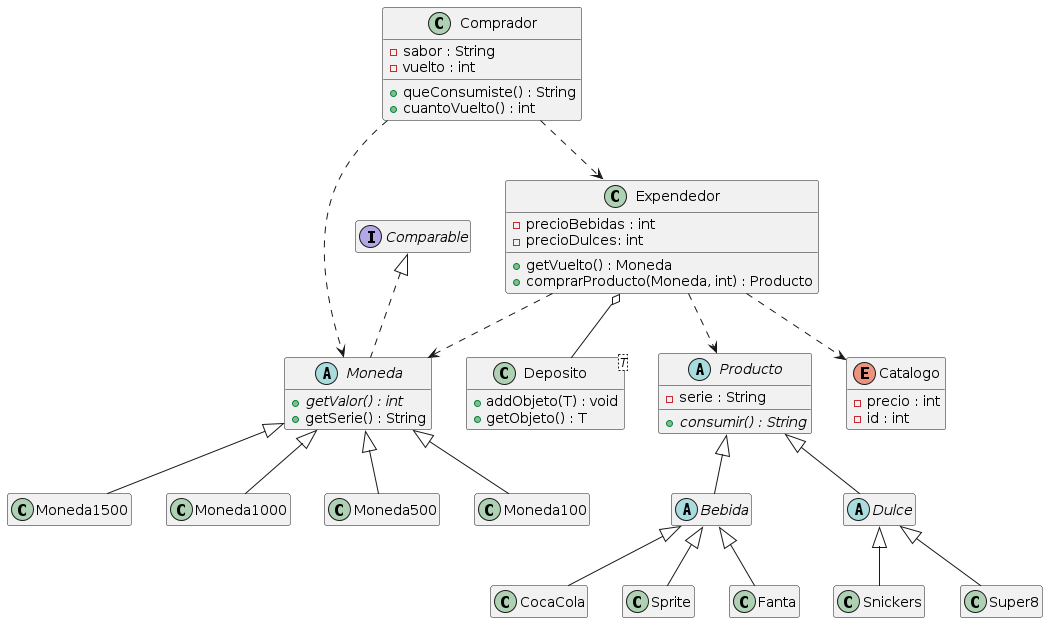
Above: UML_Imagen.png in molivas2022/Tarea3 (PlantUML), before the change.
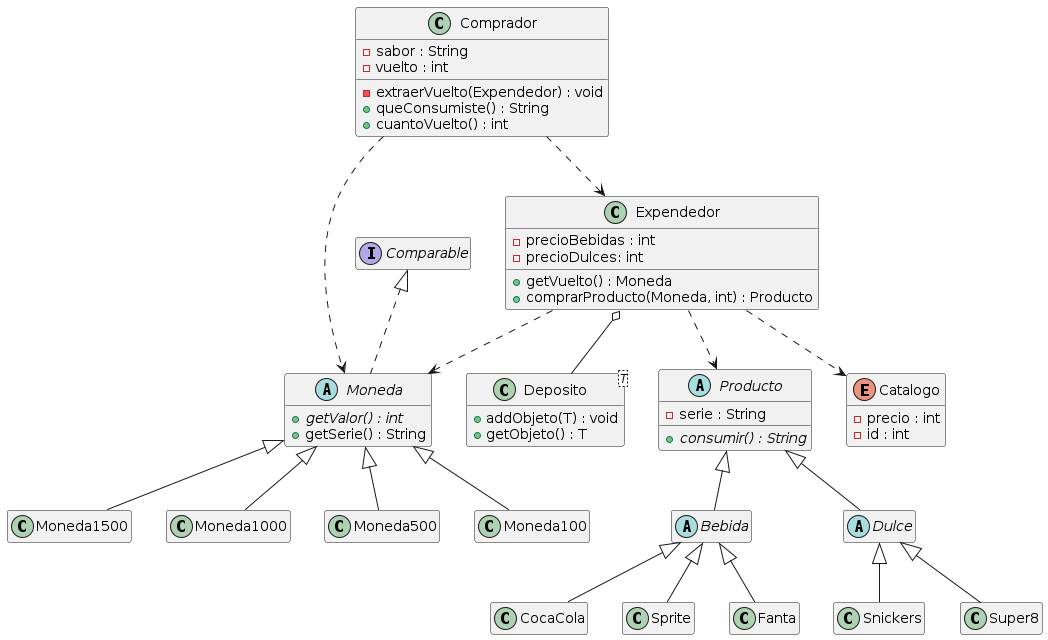
The same diagram one commit later.

Commit message:
Add: Nuevo método en Comprador añadido a UML.

What changed in the source:
```diff
@@ -5,6 +5,7 @@
 class Comprador {
   {field} - sabor : String
   {field} - vuelto : int
+  {method} - extraerVuelto(Expendedor) : void
   {method} + queConsumiste() : String
   {method} + cuantoVuelto() : int
 }
```
